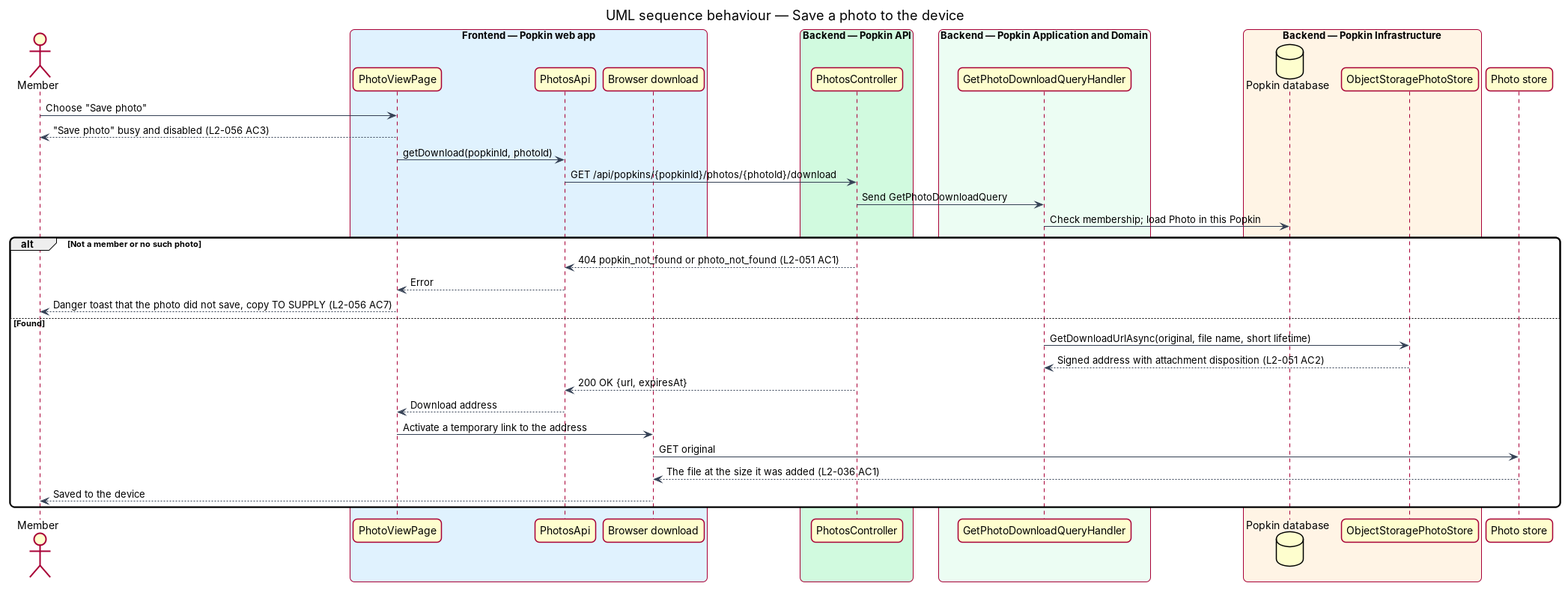
QuinntyneBrown/popkin keeps this PlantUML diagram as docs/detailed-designs/photos/save-photo/diagrams/sequence-save-photo.png. Above is the earlier version. Its source is kept beside it as docs/detailed-designs/photos/save-photo/diagrams/sequence-save-photo.puml.
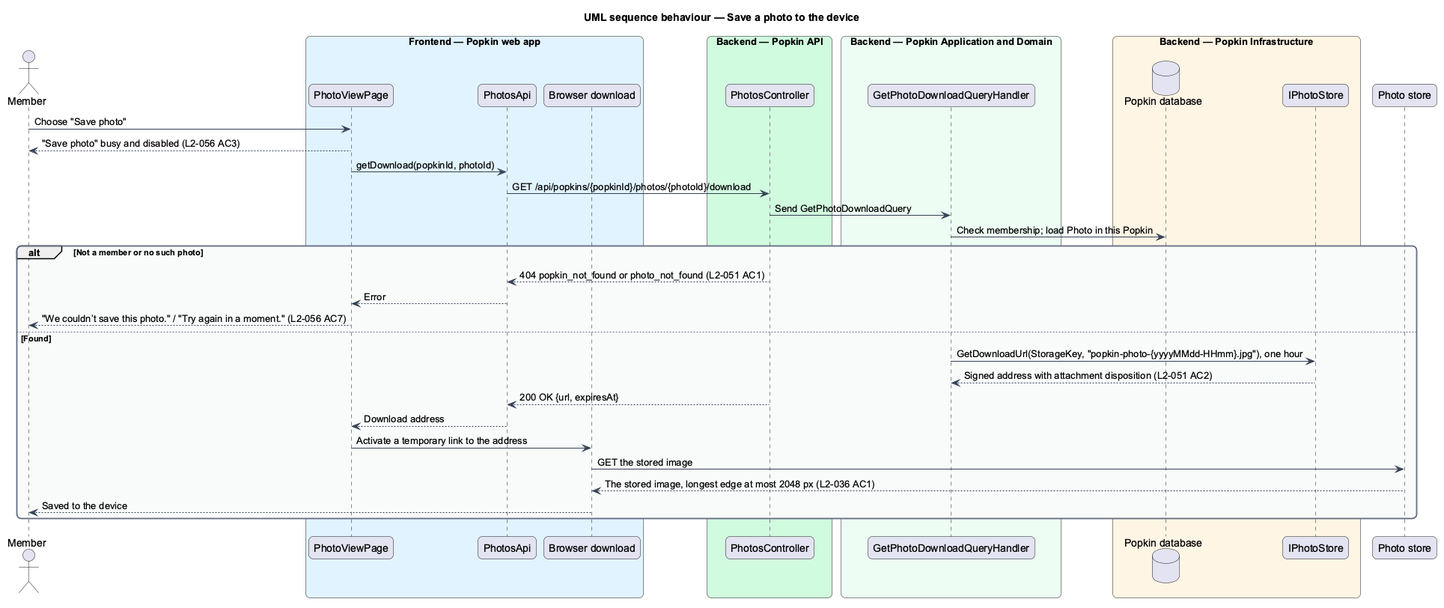
Later version of the same file.

Commit message:
Settle saving and deleting a photo and Photo removed

Change to the diagram source:
```diff
@@ -28,7 +28,7 @@
 end box
 box "Backend — Popkin Infrastructure" #FFF4E5
   database "Popkin database" as db
-  participant "ObjectStoragePhotoStore" as store
+  participant "IPhotoStore" as store
 end box
 participant "Photo store" as files
 
@@ -41,15 +41,15 @@
 alt Not a member or no such photo
   controller --> client : 404 popkin_not_found or photo_not_found (L2-051 AC1)
   client --> page : Error
-  page --> actor : Danger toast that the photo did not save, copy TO SUPPLY (L2-056 AC7)
+  page --> actor : "We couldn’t save this photo." / "Try again in a moment." (L2-056 AC7)
 else Found
-  handler -> store : GetDownloadUrlAsync(original, file name, short lifetime)
+  handler -> store : GetDownloadUrl(StorageKey, "popkin-photo-{yyyyMMdd-HHmm}.jpg"), one hour
   store --> handler : Signed address with attachment disposition (L2-051 AC2)
   controller --> client : 200 OK {url, expiresAt}
   client --> page : Download address
   page -> browser : Activate a temporary link to the address
-  browser -> files : GET original
-  files --> browser : The file at the size it was added (L2-036 AC1)
+  browser -> files : GET the stored image
+  files --> browser : The stored image, longest edge at most 2048 px (L2-036 AC1)
   browser --> actor : Saved to the device
 end
 @enduml
```
